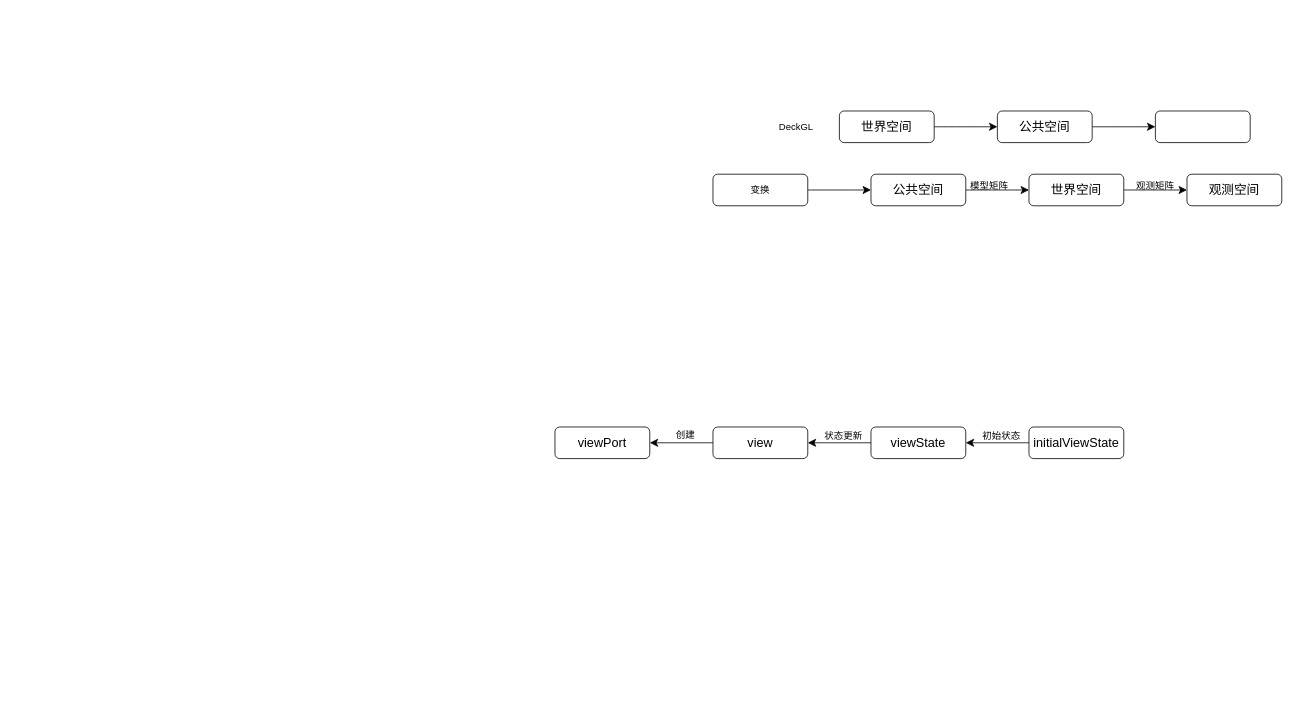
Earlier version of the draw.io diagram DeckGL.drawio (bigbigbig2/mind-map). Source tidied: cells renumbered, new cells numbered last; positions are measured from the earlier drawing's top-left corner, leaving out a move shared by most shapes. Both pictures are drawn from the tidied source at 79%, with x=0, y=0 at pixel (555, 111).
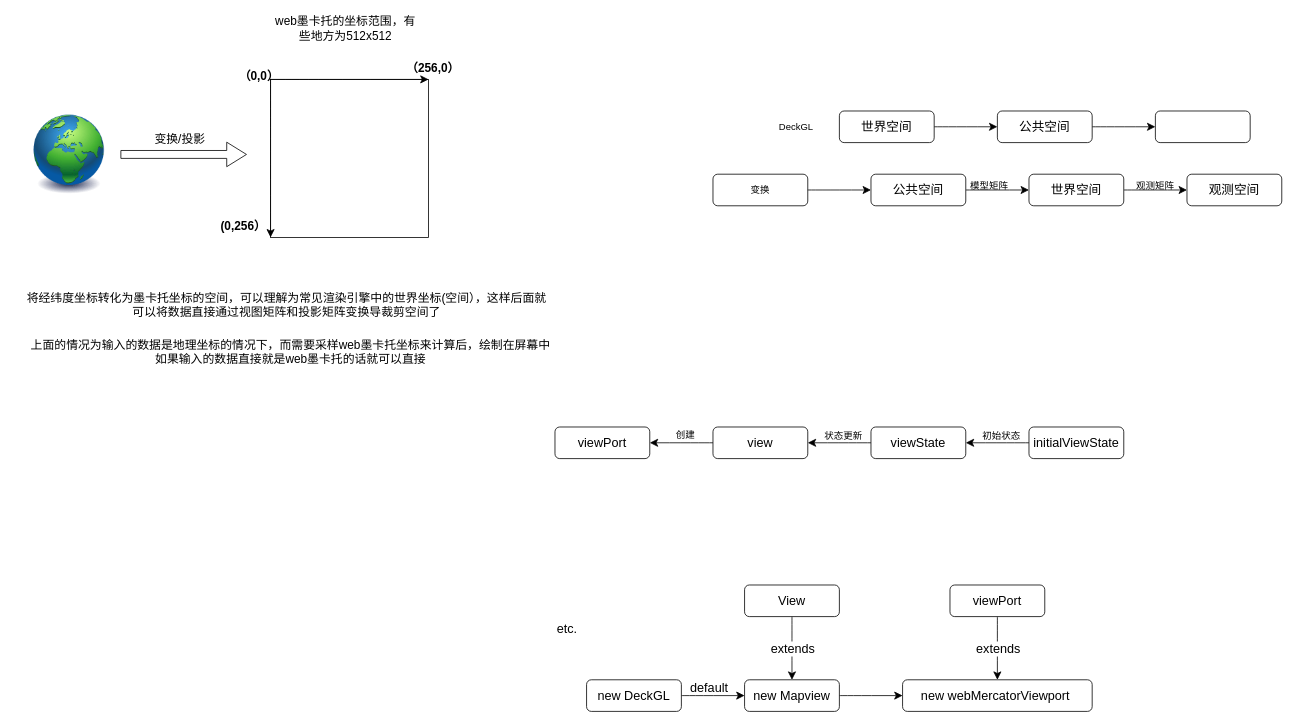
The same diagram, later.

The edit, as a diff of the source:
```diff
@@
+    <mxCell id="27" style="whiteSpace=wrap;html=1;fontSize=15;" parent="1" vertex="1">
+      <mxGeometry x="-360" y="-40" width="200" height="200" as="geometry" />
+    </mxCell>
@@
+    <mxCell id="28" value="etc." style="text;html=1;align=center;verticalAlign=middle;strokeColor=none;fillColor=none;fontSize=16;" parent="1" vertex="1">
+      <mxGeometry x="-10" y="640" width="50" height="30" as="geometry" />
+    </mxCell>
+    <mxCell id="29" style="edgeStyle=none;curved=1;rounded=0;jettySize=auto;html=1;fontSize=12;startSize=8;endSize=8;" parent="1" edge="1" source="30" target="32">
+      <mxGeometry relative="1" as="geometry" />
+    </mxCell>
+    <mxCell id="30" value="new DeckGL" style="rounded=1;whiteSpace=wrap;html=1;fontSize=16;" parent="1" vertex="1">
+      <mxGeometry x="40" y="720" width="120" height="40" as="geometry" />
+    </mxCell>
+    <mxCell id="31" style="edgeStyle=none;curved=1;rounded=0;jettySize=auto;html=1;fontSize=12;startSize=8;endSize=8;" parent="1" edge="1" source="32" target="33">
+      <mxGeometry relative="1" as="geometry" />
+    </mxCell>
+    <mxCell id="32" value="new Mapview" style="rounded=1;whiteSpace=wrap;html=1;fontSize=16;" parent="1" vertex="1">
+      <mxGeometry x="240" y="720" width="120" height="40" as="geometry" />
+    </mxCell>
+    <mxCell id="33" value="new webMercatorViewport&amp;nbsp;" style="rounded=1;whiteSpace=wrap;html=1;fontSize=16;" parent="1" vertex="1">
+      <mxGeometry x="440" y="720" width="240" height="40" as="geometry" />
+    </mxCell>
+    <mxCell id="34" style="edgeStyle=none;curved=1;rounded=0;jettySize=auto;html=1;entryX=0.5;entryY=0;entryDx=0;entryDy=0;fontSize=12;startSize=8;endSize=8;" parent="1" edge="1" source="36" target="32">
+      <mxGeometry relative="1" as="geometry" />
+    </mxCell>
+    <mxCell id="35" value="extends" style="edgeLabel;html=1;align=center;verticalAlign=middle;fontSize=16;" parent="34" vertex="1">
+      <mxGeometry x="-0.35" y="-1" relative="1" as="geometry">
+        <mxPoint x="1" y="14" as="offset" />
+      </mxGeometry>
+    </mxCell>
+    <mxCell id="36" value="View" style="rounded=1;whiteSpace=wrap;html=1;fontSize=16;" parent="1" vertex="1">
+      <mxGeometry x="240" y="600" width="120" height="40" as="geometry" />
+    </mxCell>
+    <mxCell id="37" style="edgeStyle=none;curved=1;rounded=0;jettySize=auto;html=1;entryX=0.5;entryY=0;entryDx=0;entryDy=0;fontSize=12;startSize=8;endSize=8;" parent="1" edge="1" source="39" target="33">
+      <mxGeometry relative="1" as="geometry" />
+    </mxCell>
+    <mxCell id="38" value="extends" style="edgeLabel;html=1;align=center;verticalAlign=middle;fontSize=16;" parent="37" vertex="1">
+      <mxGeometry x="-0.35" y="-1" relative="1" as="geometry">
+        <mxPoint x="1" y="14" as="offset" />
+      </mxGeometry>
+    </mxCell>
+    <mxCell id="39" value="viewPort" style="rounded=1;whiteSpace=wrap;html=1;fontSize=16;" parent="1" vertex="1">
+      <mxGeometry x="500" y="600" width="120" height="40" as="geometry" />
+    </mxCell>
+    <mxCell id="40" value="default" style="text;html=1;align=center;verticalAlign=middle;strokeColor=none;fillColor=none;fontSize=16;" parent="1" vertex="1">
+      <mxGeometry x="160" y="715" width="70" height="30" as="geometry" />
+    </mxCell>
+    <mxCell id="41" style="endArrow=classic;html=1;rounded=0;fontSize=11;startSize=8;endSize=8;curved=1;" parent="1" edge="1">
+      <mxGeometry relative="1" as="geometry">
+        <mxPoint x="-360" y="-40" as="sourcePoint" />
+        <mxPoint x="-160" y="-40" as="targetPoint" />
+      </mxGeometry>
+    </mxCell>
+    <mxCell id="42" style="endArrow=classic;html=1;rounded=0;fontSize=11;startSize=8;endSize=8;curved=1;entryX=0;entryY=1;entryDx=0;entryDy=0;" parent="1" edge="1" target="27">
+      <mxGeometry relative="1" as="geometry">
+        <mxPoint x="-360" y="-40" as="sourcePoint" />
+      </mxGeometry>
+    </mxCell>
+    <mxCell id="43" value="&lt;b&gt;&lt;font style=&quot;font-size: 15px;&quot;&gt;（0,0）&lt;/font&gt;&lt;/b&gt;" style="text;html=1;align=center;verticalAlign=middle;strokeColor=none;fillColor=none;fontSize=11;" parent="1" vertex="1">
+      <mxGeometry x="-410" y="-60" width="70" height="30" as="geometry" />
+    </mxCell>
+    <mxCell id="44" value="&lt;b style=&quot;border-color: var(--border-color); color: rgb(0, 0, 0); font-family: Helvetica; font-size: 11px; font-style: normal; font-variant-ligatures: normal; font-variant-caps: normal; letter-spacing: normal; orphans: 2; text-align: center; text-indent: 0px; text-transform: none; widows: 2; word-spacing: 0px; -webkit-text-stroke-width: 0px; background-color: rgb(255, 255, 255); text-decoration-thickness: initial; text-decoration-style: initial; text-decoration-color: initial;&quot;&gt;&lt;font style=&quot;border-color: var(--border-color); font-size: 15px;&quot;&gt;（256,0）&lt;/font&gt;&lt;/b&gt;" style="text;whiteSpace=wrap;html=1;fontSize=15;" parent="1" vertex="1">
+      <mxGeometry x="-190" y="-70" width="80" height="40" as="geometry" />
+    </mxCell>
+    <mxCell id="45" value="&lt;b style=&quot;border-color: var(--border-color); color: rgb(0, 0, 0); font-family: Helvetica; font-style: normal; font-variant-ligatures: normal; font-variant-caps: normal; letter-spacing: normal; orphans: 2; text-indent: 0px; text-transform: none; widows: 2; word-spacing: 0px; -webkit-text-stroke-width: 0px; text-decoration-thickness: initial; text-decoration-style: initial; text-decoration-color: initial; font-size: 11px; text-align: center; background-color: rgb(255, 255, 255);&quot;&gt;&lt;font style=&quot;border-color: var(--border-color); font-size: 15px;&quot;&gt;(0,256）&lt;/font&gt;&lt;/b&gt;" style="text;whiteSpace=wrap;html=1;fontSize=15;" parent="1" vertex="1">
+      <mxGeometry x="-425" y="130" width="100" height="40" as="geometry" />
+    </mxCell>
+    <mxCell id="46" value="web墨卡托的坐标范围，有些地方为512x512" style="text;html=1;strokeColor=none;fillColor=none;align=center;verticalAlign=middle;whiteSpace=wrap;rounded=0;fontSize=15;" parent="1" vertex="1">
+      <mxGeometry x="-360" y="-120" width="190" height="30" as="geometry" />
+    </mxCell>
+    <mxCell id="47" style="image;html=1;image=img/lib/clip_art/general/Earth_globe_128x128.png;fontSize=15;" parent="1" vertex="1">
+      <mxGeometry x="-680" y="5" width="130" height="100" as="geometry" />
+    </mxCell>
+    <mxCell id="48" style="shape=flexArrow;endArrow=classic;html=1;rounded=0;fontSize=15;startSize=8;endSize=8;curved=1;exitX=1;exitY=0.5;exitDx=0;exitDy=0;" parent="1" edge="1" source="47">
+      <mxGeometry relative="1" as="geometry">
+        <mxPoint x="-390" y="55" as="targetPoint" />
+      </mxGeometry>
+    </mxCell>
+    <mxCell id="49" value="将经纬度坐标转化为墨卡托坐标的空间，可以理解为常见渲染引擎中的世界坐标(空间），这样后面就&lt;br&gt;可以将数据直接通过视图矩阵和投影矩阵变换导裁剪空间了" style="text;html=1;align=center;verticalAlign=middle;strokeColor=none;fillColor=none;fontSize=15;" parent="1" vertex="1">
+      <mxGeometry x="-685" y="220" width="690" height="50" as="geometry" />
+    </mxCell>
+    <mxCell id="50" value="变换/投影" style="text;html=1;align=center;verticalAlign=middle;strokeColor=none;fillColor=none;fontSize=15;" parent="1" vertex="1">
+      <mxGeometry x="-520" y="20" width="90" height="30" as="geometry" />
+    </mxCell>
+    <mxCell id="51" value="上面的情况为输入的数据是地理坐标的情况下，而需要采样web墨卡托坐标来计算后，绘制在屏幕中&lt;br&gt;如果输入的数据直接就是web墨卡托的话就可以直接" style="text;html=1;align=center;verticalAlign=middle;strokeColor=none;fillColor=none;fontSize=15;" parent="1" vertex="1">
+      <mxGeometry x="-675" y="280" width="680" height="50" as="geometry" />
+    </mxCell>
```
